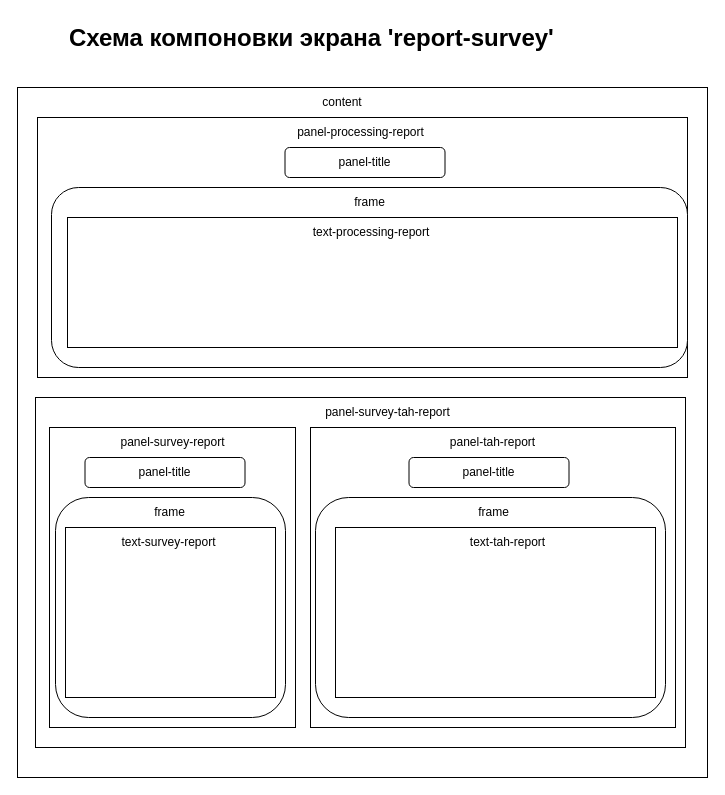
Before: web-client/screens/report-survey/report-survey.drawio in AndrewNizovkin/geocalculator, a draw.io diagram. Source tidied: cells renumbered, new cells numbered last; positions are measured from the earlier drawing's top-left corner, leaving out a move shared by most shapes. Both pictures are drawn from the tidied source at 100%, with x=0, y=0 at pixel (17, 17).
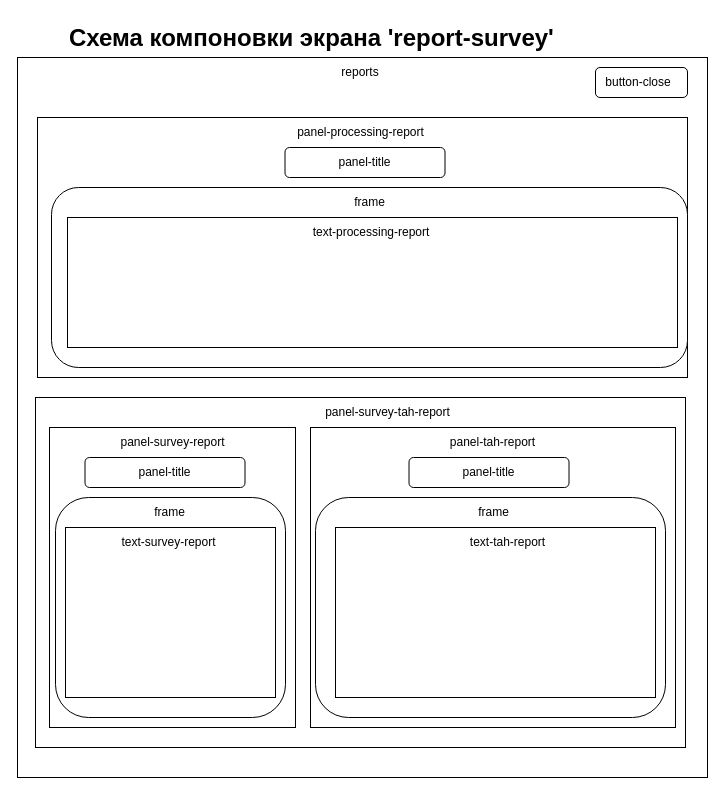
Above is the later version.

The edit, as a diff of the source:
```diff
@@
     <mxCell id="3" style="rounded=0;whiteSpace=wrap;html=1;" parent="1" vertex="1">
-      <mxGeometry y="70" width="690" height="690" as="geometry" />
+      <mxGeometry y="40" width="690" height="720" as="geometry" />
     </mxCell>
-    <mxCell id="4" value="content" style="text;html=1;whiteSpace=wrap;strokeColor=none;fillColor=none;align=center;verticalAlign=middle;rounded=0;" parent="1" vertex="1">
-      <mxGeometry x="295" y="70" width="60" height="30" as="geometry" />
+    <mxCell id="4" value="reports" style="text;html=1;whiteSpace=wrap;strokeColor=none;fillColor=none;align=center;verticalAlign=middle;rounded=0;" parent="1" vertex="1">
+      <mxGeometry x="313" y="40" width="60" height="30" as="geometry" />
     </mxCell>
@@
+    <mxCell id="32" style="rounded=1;whiteSpace=wrap;html=1;" parent="1" vertex="1">
+      <mxGeometry x="578" y="50" width="92" height="30" as="geometry" />
+    </mxCell>
+    <mxCell id="33" value="button-close" style="text;html=1;whiteSpace=wrap;strokeColor=none;fillColor=none;align=center;verticalAlign=middle;rounded=0;" parent="1" vertex="1">
+      <mxGeometry x="572" y="50" width="98" height="30" as="geometry" />
+    </mxCell>
```
